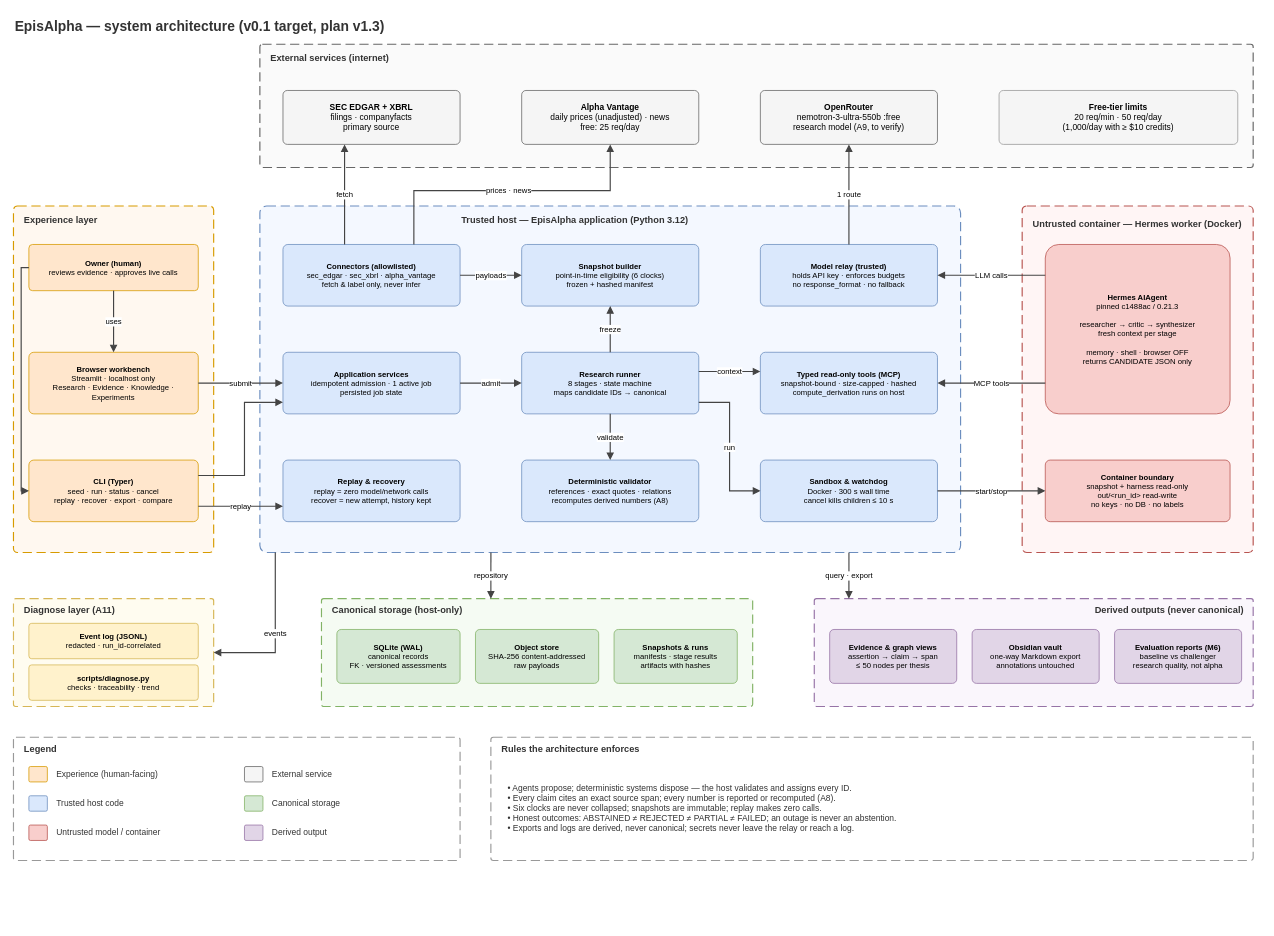
This is page "1 System architecture" (1 of 6) of architecture/EpisAlpha_architecture.drawio from edwinidrus/EpisAlpha, a draw.io file, before an edit. Source tidied: cells renumbered, new cells numbered last; positions are measured from the earlier drawing's top-left corner, leaving out a move shared by most shapes. Both pictures are drawn from the tidied source at 77%, with x=0, y=0 at pixel (13, 13).
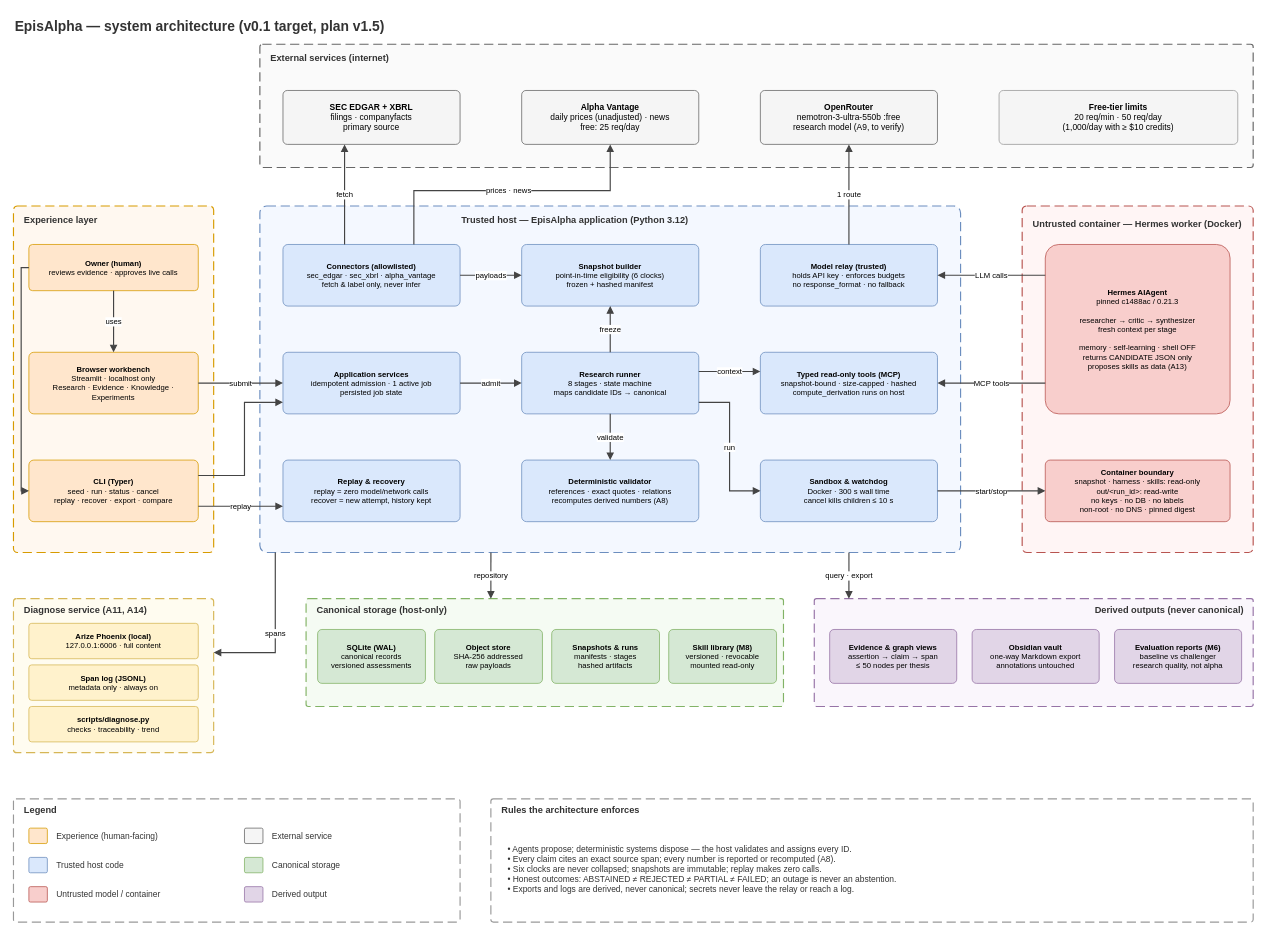
The same diagram, later.

Unchanged cells that the change refers to:
```xml
<mxCell id="7" style="rounded=1;arcSize=2;whiteSpace=wrap;html=1;fillColor=#f4f8ff;strokeColor=#6c8ebf;dashed=1;dashPattern=8 4;strokeWidth=1.5;" parent="1" vertex="1">
  <mxGeometry x="320" y="250" width="910" height="450" as="geometry" />
</mxCell>
```

What changed in the source:
```diff
@@
-    <mxCell id="2" value="EpisAlpha — system architecture (v0.1 target, plan v1.3)" style="text;html=1;whiteSpace=wrap;align=left;verticalAlign=middle;fontSize=18;fontStyle=1;fontColor=#333333;" parent="1" vertex="1">
+    <mxCell id="2" value="EpisAlpha — system architecture (v0.1 target, plan v1.5)" style="text;html=1;whiteSpace=wrap;align=left;verticalAlign=middle;fontSize=18;fontStyle=1;fontColor=#333333;" parent="1" vertex="1">
       <mxGeometry width="1620" height="34" as="geometry" />
     </mxCell>
@@
     <mxCell id="11" style="rounded=1;arcSize=2;whiteSpace=wrap;html=1;fillColor=#fffcf0;strokeColor=#d6b656;dashed=1;dashPattern=8 4;strokeWidth=1.5;" parent="1" vertex="1">
-      <mxGeometry y="760" width="260" height="140" as="geometry" />
+      <mxGeometry y="760" width="260" height="200" as="geometry" />
     </mxCell>
-    <mxCell id="12" value="Diagnose layer (A11)" style="text;html=1;whiteSpace=wrap;align=left;verticalAlign=middle;fontSize=12;fontStyle=1;fontColor=#333333;" parent="1" vertex="1">
+    <mxCell id="12" value="Diagnose service (A11, A14)" style="text;html=1;whiteSpace=wrap;align=left;verticalAlign=middle;fontSize=12;fontStyle=1;fontColor=#333333;" parent="1" vertex="1">
       <mxGeometry x="12" y="764" width="240" height="22" as="geometry" />
     </mxCell>
     <mxCell id="13" style="rounded=1;arcSize=2;whiteSpace=wrap;html=1;fillColor=#f5fbf3;strokeColor=#82b366;dashed=1;dashPattern=8 4;strokeWidth=1.5;" parent="1" vertex="1">
-      <mxGeometry x="400" y="760" width="560" height="140" as="geometry" />
+      <mxGeometry x="380" y="760" width="620" height="140" as="geometry" />
     </mxCell>
     <mxCell id="14" value="Canonical storage (host-only)" style="text;html=1;whiteSpace=wrap;align=left;verticalAlign=middle;fontSize=12;fontStyle=1;fontColor=#333333;" parent="1" vertex="1">
-      <mxGeometry x="412" y="764" width="300" height="22" as="geometry" />
+      <mxGeometry x="392" y="764" width="300" height="22" as="geometry" />
     </mxCell>
@@
-    <mxCell id="33" value="&lt;b&gt;Hermes AIAgent&lt;/b&gt;&lt;br&gt;pinned c1488ac / 0.21.3&lt;br&gt;&lt;br&gt;researcher → critic → synthesizer&lt;br&gt;fresh context per stage&lt;br&gt;&lt;br&gt;memory · shell · browser OFF&lt;br&gt;returns CANDIDATE JSON only" style="rounded=1;arcSize=8;whiteSpace=wrap;html=1;fillColor=#f8cecc;strokeColor=#b85450;fontSize=10;verticalAlign=middle;align=center;spacing=6;" parent="1" vertex="1">
+    <mxCell id="33" value="&lt;b&gt;Hermes AIAgent&lt;/b&gt;&lt;br&gt;pinned c1488ac / 0.21.3&lt;br&gt;&lt;br&gt;researcher → critic → synthesizer&lt;br&gt;fresh context per stage&lt;br&gt;&lt;br&gt;memory · self-learning · shell OFF&lt;br&gt;returns CANDIDATE JSON only&lt;br&gt;proposes skills as data (A13)" style="rounded=1;arcSize=8;whiteSpace=wrap;html=1;fillColor=#f8cecc;strokeColor=#b85450;fontSize=10;verticalAlign=middle;align=center;spacing=6;" parent="1" vertex="1">
       <mxGeometry x="1340" y="300" width="240" height="220" as="geometry" />
     </mxCell>
-    <mxCell id="34" value="&lt;b&gt;Container boundary&lt;/b&gt;&lt;br&gt;snapshot + harness read-only&lt;br&gt;out/&amp;lt;run_id&amp;gt; read-write&lt;br&gt;no keys · no DB · no labels" style="rounded=1;arcSize=8;whiteSpace=wrap;html=1;fillColor=#f8cecc;strokeColor=#b85450;fontSize=10;verticalAlign=middle;align=center;spacing=6;" parent="1" vertex="1">
+    <mxCell id="34" value="&lt;b&gt;Container boundary&lt;/b&gt;&lt;br&gt;snapshot · harness · skills: read-only&lt;br&gt;out/&amp;lt;run_id&amp;gt;: read-write&lt;br&gt;no keys · no DB · no labels&lt;br&gt;non-root · no DNS · pinned digest" style="rounded=1;arcSize=8;whiteSpace=wrap;html=1;fillColor=#f8cecc;strokeColor=#b85450;fontSize=10;verticalAlign=middle;align=center;spacing=6;" parent="1" vertex="1">
       <mxGeometry x="1340" y="580" width="240" height="80" as="geometry" />
     </mxCell>
-    <mxCell id="35" value="&lt;b&gt;SQLite (WAL)&lt;/b&gt;&lt;br&gt;canonical records&lt;br&gt;FK · versioned assessments" style="rounded=1;arcSize=8;whiteSpace=wrap;html=1;fillColor=#d5e8d4;strokeColor=#82b366;fontSize=10;verticalAlign=middle;align=center;spacing=6;" parent="1" vertex="1">
-      <mxGeometry x="420" y="800" width="160" height="70" as="geometry" />
+    <mxCell id="35" value="&lt;b&gt;SQLite (WAL)&lt;/b&gt;&lt;br&gt;canonical records&lt;br&gt;versioned assessments" style="rounded=1;arcSize=8;whiteSpace=wrap;html=1;fillColor=#d5e8d4;strokeColor=#82b366;fontSize=10;verticalAlign=middle;align=center;spacing=6;" parent="1" vertex="1">
+      <mxGeometry x="395" y="800" width="140" height="70" as="geometry" />
     </mxCell>
-    <mxCell id="36" value="&lt;b&gt;Object store&lt;/b&gt;&lt;br&gt;SHA-256 content-addressed&lt;br&gt;raw payloads" style="rounded=1;arcSize=8;whiteSpace=wrap;html=1;fillColor=#d5e8d4;strokeColor=#82b366;fontSize=10;verticalAlign=middle;align=center;spacing=6;" parent="1" vertex="1">
-      <mxGeometry x="600" y="800" width="160" height="70" as="geometry" />
+    <mxCell id="36" value="&lt;b&gt;Object store&lt;/b&gt;&lt;br&gt;SHA-256 addressed&lt;br&gt;raw payloads" style="rounded=1;arcSize=8;whiteSpace=wrap;html=1;fillColor=#d5e8d4;strokeColor=#82b366;fontSize=10;verticalAlign=middle;align=center;spacing=6;" parent="1" vertex="1">
+      <mxGeometry x="547" y="800" width="140" height="70" as="geometry" />
     </mxCell>
-    <mxCell id="37" value="&lt;b&gt;Snapshots &amp;amp; runs&lt;/b&gt;&lt;br&gt;manifests · stage results&lt;br&gt;artifacts with hashes" style="rounded=1;arcSize=8;whiteSpace=wrap;html=1;fillColor=#d5e8d4;strokeColor=#82b366;fontSize=10;verticalAlign=middle;align=center;spacing=6;" parent="1" vertex="1">
-      <mxGeometry x="780" y="800" width="160" height="70" as="geometry" />
+    <mxCell id="37" value="&lt;b&gt;Snapshots &amp;amp; runs&lt;/b&gt;&lt;br&gt;manifests · stages&lt;br&gt;hashed artifacts" style="rounded=1;arcSize=8;whiteSpace=wrap;html=1;fillColor=#d5e8d4;strokeColor=#82b366;fontSize=10;verticalAlign=middle;align=center;spacing=6;" parent="1" vertex="1">
+      <mxGeometry x="699" y="800" width="140" height="70" as="geometry" />
     </mxCell>
+    <mxCell id="80" value="&lt;b&gt;Skill library (M8)&lt;/b&gt;&lt;br&gt;versioned · revocable&lt;br&gt;mounted read-only" style="rounded=1;arcSize=8;whiteSpace=wrap;html=1;fillColor=#d5e8d4;strokeColor=#82b366;fontSize=10;verticalAlign=middle;align=center;spacing=6;" parent="1" vertex="1">
+      <mxGeometry x="851" y="800" width="140" height="70" as="geometry" />
+    </mxCell>
@@
+    <mxCell id="81" value="&lt;b&gt;Arize Phoenix (local)&lt;/b&gt;&lt;br&gt;127.0.0.1:6006 · full content" style="rounded=1;arcSize=8;whiteSpace=wrap;html=1;fillColor=#fff2cc;strokeColor=#d6b656;fontSize=10;verticalAlign=middle;align=center;spacing=6;" parent="1" vertex="1">
+      <mxGeometry x="20" y="792" width="220" height="46" as="geometry" />
+    </mxCell>
-    <mxCell id="41" value="&lt;b&gt;Event log (JSONL)&lt;/b&gt;&lt;br&gt;redacted · run_id-correlated" style="rounded=1;arcSize=8;whiteSpace=wrap;html=1;fillColor=#fff2cc;strokeColor=#d6b656;fontSize=10;verticalAlign=middle;align=center;spacing=6;" parent="1" vertex="1">
-      <mxGeometry x="20" y="792" width="220" height="46" as="geometry" />
+    <mxCell id="41" value="&lt;b&gt;Span log (JSONL)&lt;/b&gt;&lt;br&gt;metadata only · always on" style="rounded=1;arcSize=8;whiteSpace=wrap;html=1;fillColor=#fff2cc;strokeColor=#d6b656;fontSize=10;verticalAlign=middle;align=center;spacing=6;" parent="1" vertex="1">
+      <mxGeometry x="20" y="846" width="220" height="46" as="geometry" />
     </mxCell>
     <mxCell id="42" value="&lt;b&gt;scripts/diagnose.py&lt;/b&gt;&lt;br&gt;checks · traceability · trend" style="rounded=1;arcSize=8;whiteSpace=wrap;html=1;fillColor=#fff2cc;strokeColor=#d6b656;fontSize=10;verticalAlign=middle;align=center;spacing=6;" parent="1" vertex="1">
-      <mxGeometry x="20" y="846" width="220" height="46" as="geometry" />
+      <mxGeometry x="20" y="900" width="220" height="46" as="geometry" />
     </mxCell>
     <mxCell id="43" style="rounded=1;arcSize=2;whiteSpace=wrap;html=1;fillColor=#ffffff;strokeColor=#999999;dashed=1;dashPattern=8 4;strokeWidth=1.5;" parent="1" vertex="1">
-      <mxGeometry y="940" width="580" height="160" as="geometry" />
+      <mxGeometry y="1020" width="580" height="160" as="geometry" />
     </mxCell>
     <mxCell id="44" value="Legend" style="text;html=1;whiteSpace=wrap;align=left;verticalAlign=middle;fontSize=12;fontStyle=1;fontColor=#333333;" parent="1" vertex="1">
-      <mxGeometry x="12" y="944" width="200" height="22" as="geometry" />
+      <mxGeometry x="12" y="1024" width="200" height="22" as="geometry" />
     </mxCell>
     <mxCell id="45" style="rounded=1;arcSize=10;html=1;fillColor=#ffe6cc;strokeColor=#d79b00;" parent="1" vertex="1">
-      <mxGeometry x="20" y="978" width="24" height="20" as="geometry" />
+      <mxGeometry x="20" y="1058" width="24" height="20" as="geometry" />
     </mxCell>
     <mxCell id="46" value="Experience (human-facing)" style="text;html=1;whiteSpace=wrap;align=left;verticalAlign=middle;fontSize=11;fontColor=#333333;" parent="1" vertex="1">
-      <mxGeometry x="54" y="976" width="220" height="24" as="geometry" />
+      <mxGeometry x="54" y="1056" width="220" height="24" as="geometry" />
     </mxCell>
     <mxCell id="47" style="rounded=1;arcSize=10;html=1;fillColor=#dae8fc;strokeColor=#6c8ebf;" parent="1" vertex="1">
-      <mxGeometry x="20" y="1016" width="24" height="20" as="geometry" />
+      <mxGeometry x="20" y="1096" width="24" height="20" as="geometry" />
     </mxCell>
     <mxCell id="48" value="Trusted host code" style="text;html=1;whiteSpace=wrap;align=left;verticalAlign=middle;fontSize=11;fontColor=#333333;" parent="1" vertex="1">
-      <mxGeometry x="54" y="1014" width="220" height="24" as="geometry" />
+      <mxGeometry x="54" y="1094" width="220" height="24" as="geometry" />
     </mxCell>
     <mxCell id="49" style="rounded=1;arcSize=10;html=1;fillColor=#f8cecc;strokeColor=#b85450;" parent="1" vertex="1">
-      <mxGeometry x="20" y="1054" width="24" height="20" as="geometry" />
+      <mxGeometry x="20" y="1134" width="24" height="20" as="geometry" />
     </mxCell>
     <mxCell id="50" value="Untrusted model / container" style="text;html=1;whiteSpace=wrap;align=left;verticalAlign=middle;fontSize=11;fontColor=#333333;" parent="1" vertex="1">
-      <mxGeometry x="54" y="1052" width="220" height="24" as="geometry" />
+      <mxGeometry x="54" y="1132" width="220" height="24" as="geometry" />
     </mxCell>
     <mxCell id="51" style="rounded=1;arcSize=10;html=1;fillColor=#f5f5f5;strokeColor=#666666;" parent="1" vertex="1">
-      <mxGeometry x="300" y="978" width="24" height="20" as="geometry" />
+      <mxGeometry x="300" y="1058" width="24" height="20" as="geometry" />
     </mxCell>
     <mxCell id="52" value="External service" style="text;html=1;whiteSpace=wrap;align=left;verticalAlign=middle;fontSize=11;fontColor=#333333;" parent="1" vertex="1">
-      <mxGeometry x="334" y="976" width="220" height="24" as="geometry" />
+      <mxGeometry x="334" y="1056" width="220" height="24" as="geometry" />
     </mxCell>
     <mxCell id="53" style="rounded=1;arcSize=10;html=1;fillColor=#d5e8d4;strokeColor=#82b366;" parent="1" vertex="1">
-      <mxGeometry x="300" y="1016" width="24" height="20" as="geometry" />
+      <mxGeometry x="300" y="1096" width="24" height="20" as="geometry" />
     </mxCell>
     <mxCell id="54" value="Canonical storage" style="text;html=1;whiteSpace=wrap;align=left;verticalAlign=middle;fontSize=11;fontColor=#333333;" parent="1" vertex="1">
-      <mxGeometry x="334" y="1014" width="220" height="24" as="geometry" />
+      <mxGeometry x="334" y="1094" width="220" height="24" as="geometry" />
     </mxCell>
     <mxCell id="55" style="rounded=1;arcSize=10;html=1;fillColor=#e1d5e7;strokeColor=#9673a6;" parent="1" vertex="1">
-      <mxGeometry x="300" y="1054" width="24" height="20" as="geometry" />
+      <mxGeometry x="300" y="1134" width="24" height="20" as="geometry" />
     </mxCell>
     <mxCell id="56" value="Derived output" style="text;html=1;whiteSpace=wrap;align=left;verticalAlign=middle;fontSize=11;fontColor=#333333;" parent="1" vertex="1">
-      <mxGeometry x="334" y="1052" width="220" height="24" as="geometry" />
+      <mxGeometry x="334" y="1132" width="220" height="24" as="geometry" />
     </mxCell>
     <mxCell id="57" style="rounded=1;arcSize=2;whiteSpace=wrap;html=1;fillColor=#ffffff;strokeColor=#999999;dashed=1;dashPattern=8 4;strokeWidth=1.5;" parent="1" vertex="1">
-      <mxGeometry x="620" y="940" width="990" height="160" as="geometry" />
+      <mxGeometry x="620" y="1020" width="990" height="160" as="geometry" />
     </mxCell>
     <mxCell id="58" value="Rules the architecture enforces" style="text;html=1;whiteSpace=wrap;align=left;verticalAlign=middle;fontSize=12;fontStyle=1;fontColor=#333333;" parent="1" vertex="1">
-      <mxGeometry x="632" y="944" width="400" height="22" as="geometry" />
+      <mxGeometry x="632" y="1024" width="400" height="22" as="geometry" />
     </mxCell>
     <mxCell id="59" value="• Agents propose; deterministic systems dispose — the host validates and assigns every ID.&lt;br&gt;• Every claim cites an exact source span; every number is reported or recomputed (A8).&lt;br&gt;• Six clocks are never collapsed; snapshots are immutable; replay makes zero calls.&lt;br&gt;• Honest outcomes: ABSTAINED ≠ REJECTED ≠ PARTIAL ≠ FAILED; an outage is never an abstention.&lt;br&gt;• Exports and logs are derived, never canonical; secrets never leave the relay or reach a log." style="text;html=1;whiteSpace=wrap;align=left;verticalAlign=middle;fontSize=11;fontColor=#333333;" parent="1" vertex="1">
-      <mxGeometry x="640" y="972" width="960" height="120" as="geometry" />
+      <mxGeometry x="640" y="1052" width="960" height="120" as="geometry" />
     </mxCell>
@@
-    <mxCell id="77" value="repository" style="edgeStyle=none;rounded=0;html=1;endArrow=block;endFill=1;strokeWidth=1.5;strokeColor=#444444;fontSize=10;labelBackgroundColor=#ffffff;exitX=0.3297;exitY=1.0000;exitDx=0;exitDy=0;exitPerimeter=0;entryX=0.3929;entryY=0.0000;entryDx=0;entryDy=0;entryPerimeter=0;" parent="1" edge="1" source="7" target="13">
+    <mxCell id="77" value="repository" style="edgeStyle=none;rounded=0;html=1;endArrow=block;endFill=1;strokeWidth=1.5;strokeColor=#444444;fontSize=10;labelBackgroundColor=#ffffff;exitX=0.3297;exitY=1.0000;exitDx=0;exitDy=0;exitPerimeter=0;entryX=0.3871;entryY=0.0000;entryDx=0;entryDy=0;entryPerimeter=0;" parent="1" edge="1" source="7" target="13">
       <mxGeometry relative="1" as="geometry" />
     </mxCell>
@@
-    <mxCell id="79" value="events" style="edgeStyle=none;rounded=0;html=1;endArrow=block;endFill=1;strokeWidth=1.5;strokeColor=#444444;fontSize=10;labelBackgroundColor=#ffffff;exitX=0.0220;exitY=1.0000;exitDx=0;exitDy=0;exitPerimeter=0;entryX=1.0000;entryY=0.5000;entryDx=0;entryDy=0;entryPerimeter=0;" parent="1" edge="1" source="7" target="11">
+    <mxCell id="79" value="spans" style="edgeStyle=none;rounded=0;html=1;endArrow=block;endFill=1;strokeWidth=1.5;strokeColor=#444444;fontSize=10;labelBackgroundColor=#ffffff;exitX=0.0220;exitY=1.0000;exitDx=0;exitDy=0;exitPerimeter=0;entryX=1.0000;entryY=0.3500;entryDx=0;entryDy=0;entryPerimeter=0;" parent="1" edge="1" source="7" target="11">
       <mxGeometry relative="1" as="geometry">
         <Array as="points">
           <mxPoint x="340" y="830" />
         </Array>
       </mxGeometry>
     </mxCell>
```
